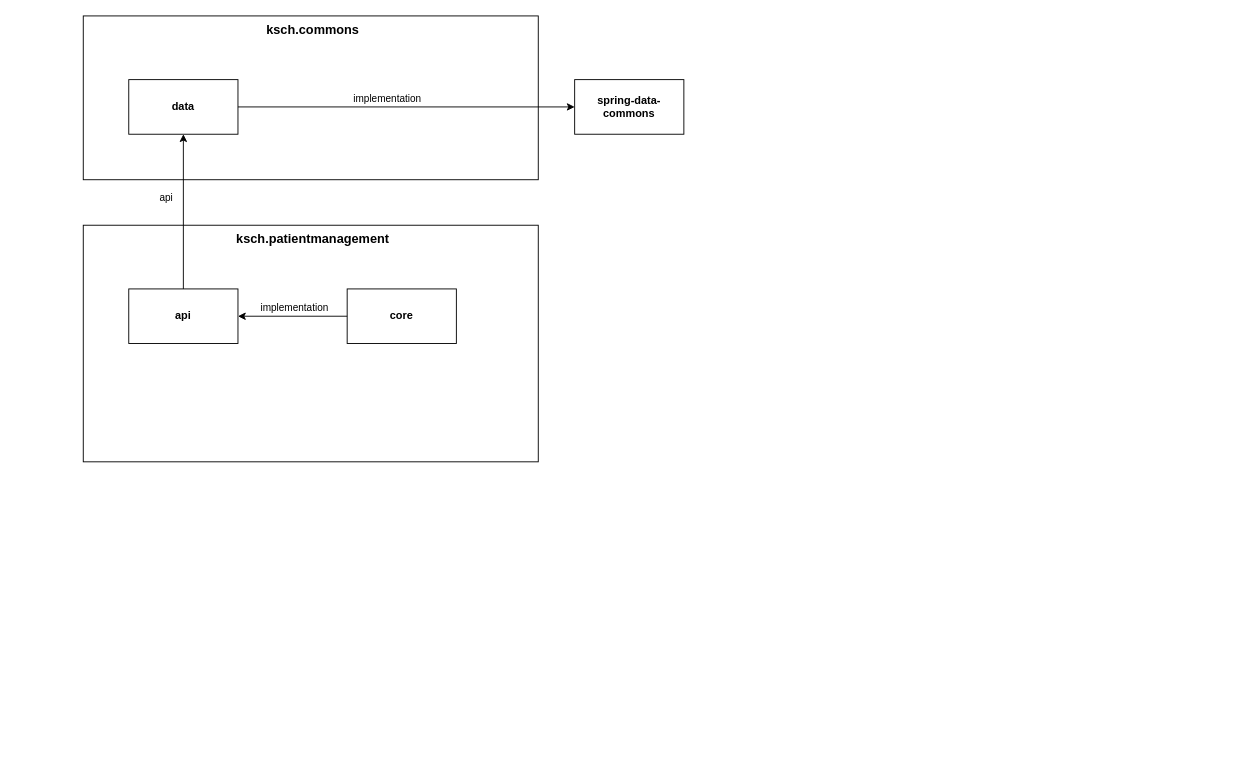
Earlier version of the draw.io diagram commons/data/doc/overview.drawio (ksch-workflows/backend). Source tidied: cells renumbered, new cells numbered last; positions are measured from the earlier drawing's top-left corner, leaving out a move shared by most shapes. Both pictures are drawn from the tidied source at 91%, with x=0, y=0 at pixel (83, 15).
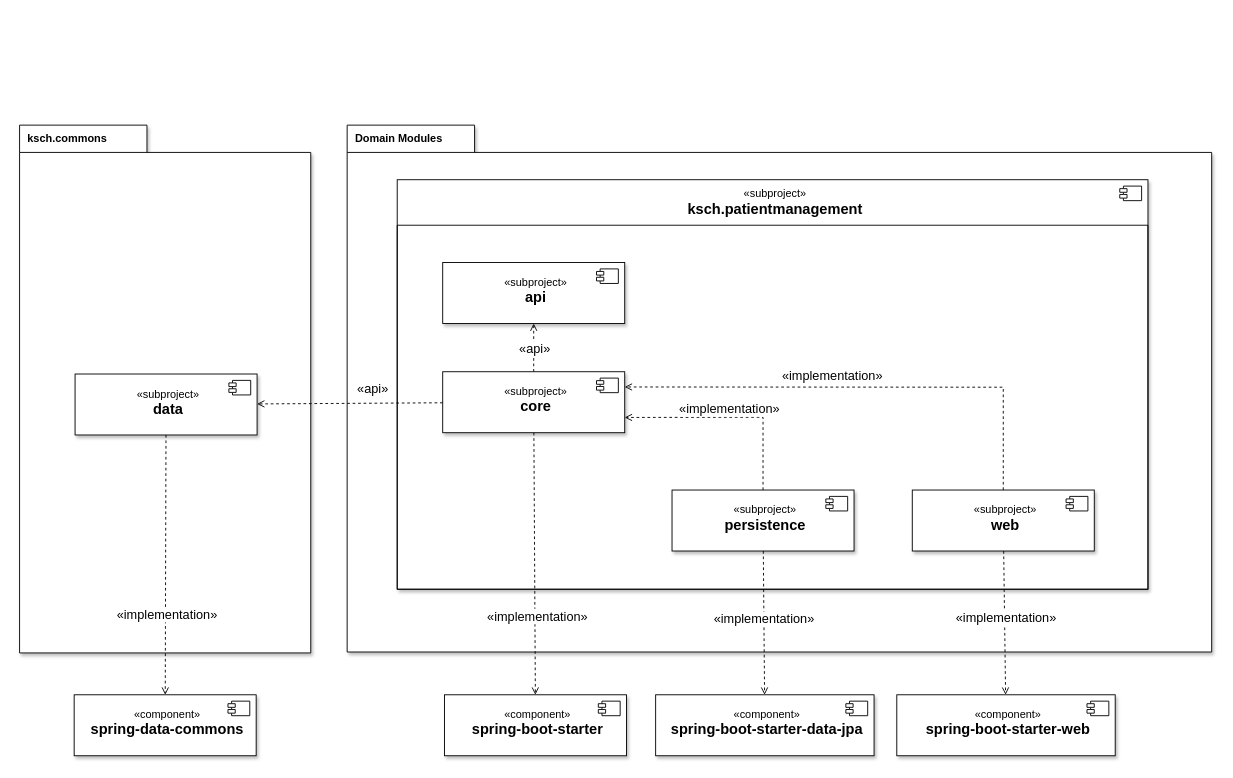
The same diagram, later.

The edit, as a diff of the source:
```diff
@@
-    <mxCell id="2" style="fontStyle=1;align=right;verticalAlign=top;horizontal=1;strokeColor=#000000;strokeWidth=1;fontSize=12;fillColor=default;shadow=0;" parent="1" vertex="1">
-      <mxGeometry y="230" width="500" height="260" as="geometry" />
-    </mxCell>
-    <mxCell id="3" value="ksch.patientmanagement" style="html=1;align=center;spacingLeft=4;verticalAlign=middle;strokeColor=none;fillColor=none;fontStyle=1;strokeWidth=1;fontSize=14;" parent="2" vertex="1">
-      <mxGeometry width="500" height="30" as="geometry" />
-    </mxCell>
-    <mxCell id="4" style="shape=component;jettyWidth=8;jettyHeight=4;fontSize=14;fillColor=default;strokeColor=none;strokeWidth=1;" parent="3" vertex="1">
-      <mxGeometry x="1" width="5" relative="1" as="geometry">
-        <mxPoint x="-7" y="7" as="offset" />
-      </mxGeometry>
-    </mxCell>
-    <mxCell id="5" style="swimlane;swimlaneBody=1;swimlaneHead=1;horizontal=1;swimlaneLine=0;fontStyle=0;strokeColor=none;strokeWidth=1;fontSize=12;fillColor=none;" parent="2" vertex="1">
-      <mxGeometry y="30" width="500" height="230" as="geometry" />
-    </mxCell>
-    <mxCell id="6" value="api" style="rounded=0;whiteSpace=wrap;html=1;fontStyle=1;" parent="5" vertex="1">
-      <mxGeometry x="50" y="40" width="120" height="60" as="geometry" />
-    </mxCell>
-    <mxCell id="7" value="core" style="rounded=0;whiteSpace=wrap;html=1;fontStyle=1;" parent="5" vertex="1">
-      <mxGeometry x="290" y="40" width="120" height="60" as="geometry" />
-    </mxCell>
-    <mxCell id="8" style="endArrow=classic;html=1;rounded=0;" parent="5" edge="1" source="7" target="6">
-      <mxGeometry relative="1" as="geometry" />
-    </mxCell>
-    <mxCell id="9" value="implementation" style="edgeLabel;html=1;align=center;verticalAlign=middle;" parent="8" vertex="1">
-      <mxGeometry x="-0.26" y="-2" relative="1" as="geometry">
-        <mxPoint x="-15" y="-8" as="offset" />
-      </mxGeometry>
-    </mxCell>
-    <mxCell id="10" style="fontStyle=1;align=right;verticalAlign=top;horizontal=1;strokeColor=#000000;strokeWidth=1;fontSize=12;fillColor=default;shadow=0;" parent="1" vertex="1">
-      <mxGeometry width="500" height="180" as="geometry" />
-    </mxCell>
-    <mxCell id="11" value="ksch.commons" style="html=1;align=center;spacingLeft=4;verticalAlign=middle;strokeColor=none;fillColor=none;fontStyle=1;strokeWidth=1;fontSize=14;" parent="10" vertex="1">
-      <mxGeometry width="500" height="30" as="geometry" />
+    <mxCell id="11" value="&lt;div&gt;ksch.commons&lt;/div&gt;" style="shape=folder;fontStyle=1;tabWidth=140;tabHeight=30;tabPosition=left;html=1;boundedLbl=1;labelInHeader=1;align=left;spacingTop=0;spacingLeft=7;shadow=1;" parent="1" vertex="1">
+      <mxGeometry x="-70" y="120" width="320" height="580" as="geometry" />
     </mxCell>
-    <mxCell id="12" style="shape=component;jettyWidth=8;jettyHeight=4;fontSize=14;fillColor=default;strokeColor=none;strokeWidth=1;" parent="11" vertex="1">
-      <mxGeometry x="1" width="5" relative="1" as="geometry">
-        <mxPoint x="-7" y="7" as="offset" />
-      </mxGeometry>
-    </mxCell>
-    <mxCell id="13" style="swimlane;swimlaneBody=1;swimlaneHead=1;horizontal=1;swimlaneLine=0;fontStyle=0;strokeColor=none;strokeWidth=1;fontSize=12;fillColor=none;" parent="10" vertex="1">
-      <mxGeometry y="30" width="500" height="150" as="geometry" />
-    </mxCell>
-    <mxCell id="14" value="data" style="rounded=0;whiteSpace=wrap;html=1;fontStyle=1;" parent="13" vertex="1">
-      <mxGeometry x="50" y="40" width="120" height="60" as="geometry" />
-    </mxCell>
-    <mxCell id="15" value="spring-data-commons" style="rounded=0;whiteSpace=wrap;html=1;fontStyle=1;" parent="1" vertex="1">
-      <mxGeometry x="540" y="70" width="120" height="60" as="geometry" />
-    </mxCell>
-    <mxCell id="16" style="endArrow=classic;html=1;rounded=0;" parent="1" edge="1" source="14" target="15">
-      <mxGeometry relative="1" as="geometry" />
-    </mxCell>
-    <mxCell id="17" value="implementation" style="edgeLabel;html=1;align=center;verticalAlign=middle;" parent="16" vertex="1">
-      <mxGeometry x="-0.23" relative="1" as="geometry">
-        <mxPoint x="21" y="-10" as="offset" />
-      </mxGeometry>
-    </mxCell>
-    <mxCell id="18" style="endArrow=classic;html=1;rounded=0;" parent="1" edge="1" source="6" target="14">
-      <mxGeometry relative="1" as="geometry" />
-    </mxCell>
-    <mxCell id="19" value="api" style="edgeLabel;html=1;align=center;verticalAlign=middle;" parent="18" vertex="1">
-      <mxGeometry x="0.19" y="2" relative="1" as="geometry">
-        <mxPoint x="-18" as="offset" />
-      </mxGeometry>
-    </mxCell>
+    <mxCell id="20" style="html=1;strokeColor=none;fillColor=none;fontStyle=1;fontSize=14;" parent="11" vertex="1">
+      <mxGeometry width="530" relative="1" as="geometry">
+        <mxPoint y="40" as="offset" />
+      </mxGeometry>
+    </mxCell>
+    <mxCell id="21" style="fontStyle=1;align=right;verticalAlign=top;horizontal=1;strokeColor=#000000;strokeWidth=1;fontSize=12;fillColor=default;spacingBottom=0;spacingTop=0;shadow=1;" parent="11" vertex="1">
+      <mxGeometry x="61" y="273.5" width="200" height="67" as="geometry" />
+    </mxCell>
+    <mxCell id="22" value="&lt;span style=&quot;font-weight: normal;&quot;&gt;«subproject»&lt;/span&gt;&lt;br&gt;&lt;font style=&quot;font-size: 16px;&quot;&gt;data&lt;/font&gt;" style="html=1;align=center;spacingLeft=4;verticalAlign=top;strokeColor=none;fillColor=none;fontStyle=1;strokeWidth=1;fontSize=12;spacingTop=8;" parent="21" vertex="1">
+      <mxGeometry width="200" height="67" as="geometry" />
+    </mxCell>
+    <mxCell id="23" style="shape=component;jettyWidth=8;jettyHeight=4;fontSize=12;fillColor=default;strokeColor=default;strokeWidth=1;" parent="22" vertex="1">
+      <mxGeometry x="1" width="24" height="16" relative="1" as="geometry">
+        <mxPoint x="-31" y="7" as="offset" />
+      </mxGeometry>
+    </mxCell>
+    <mxCell id="24" value="&lt;div&gt;Domain Modules&lt;/div&gt;" style="shape=folder;fontStyle=1;tabWidth=140;tabHeight=30;tabPosition=left;html=1;boundedLbl=1;labelInHeader=1;align=left;spacingTop=0;spacingLeft=7;shadow=1;" parent="1" vertex="1">
+      <mxGeometry x="290" y="120" width="950" height="579" as="geometry" />
+    </mxCell>
+    <mxCell id="25" style="html=1;strokeColor=none;fillColor=none;fontStyle=1;fontSize=14;" parent="24" vertex="1">
+      <mxGeometry width="530" relative="1" as="geometry">
+        <mxPoint y="40" as="offset" />
+      </mxGeometry>
+    </mxCell>
+    <mxCell id="26" style="fontStyle=1;align=right;verticalAlign=top;horizontal=1;strokeColor=#000000;strokeWidth=1;fontSize=12;fillColor=default;shadow=1;" parent="24" vertex="1">
+      <mxGeometry x="55" y="60" width="825" height="450" as="geometry" />
+    </mxCell>
+    <mxCell id="27" value="&lt;span style=&quot;font-weight: normal;&quot;&gt;«subproject»&lt;/span&gt;&lt;br&gt;&lt;font style=&quot;font-size: 16px;&quot;&gt;ksch.patientmanagement&lt;/font&gt;" style="html=1;align=center;spacingLeft=4;verticalAlign=middle;strokeColor=none;fillColor=none;fontStyle=1;strokeWidth=1;fontSize=12;" parent="26" vertex="1">
+      <mxGeometry width="825" height="50" as="geometry" />
+    </mxCell>
+    <mxCell id="28" style="shape=component;jettyWidth=8;jettyHeight=4;fontSize=12;fillColor=default;strokeColor=default;strokeWidth=1;" parent="27" vertex="1">
+      <mxGeometry x="1" width="24" height="16" relative="1" as="geometry">
+        <mxPoint x="-31" y="7" as="offset" />
+      </mxGeometry>
+    </mxCell>
+    <mxCell id="29" style="swimlane;swimlaneBody=1;swimlaneHead=1;horizontal=1;swimlaneLine=0;fontStyle=0;strokeColor=#000000;strokeWidth=1;fontSize=12;fillColor=none;" parent="26" vertex="1">
+      <mxGeometry y="50" width="825" height="400" as="geometry" />
+    </mxCell>
+    <mxCell id="30" style="endArrow=open;html=1;rounded=0;dashed=1;jumpStyle=line;jumpSize=5;endFill=0;fontSize=14;" parent="29" edge="1" source="38" target="35">
+      <mxGeometry relative="1" as="geometry" />
+    </mxCell>
+    <mxCell id="31" value="«api»" style="edgeLabel;html=1;align=center;verticalAlign=middle;fontSize=14;" parent="30" vertex="1">
+      <mxGeometry x="0.1" y="-1" relative="1" as="geometry">
+        <mxPoint x="-1" y="3" as="offset" />
+      </mxGeometry>
+    </mxCell>
+    <mxCell id="32" style="endArrow=open;html=1;rounded=0;dashed=1;jumpStyle=line;jumpSize=5;endFill=0;fontSize=14;entryX=1;entryY=0.25;entryDx=0;entryDy=0;" parent="29" edge="1" source="46" target="38">
+      <mxGeometry relative="1" as="geometry">
+        <Array as="points">
+          <mxPoint x="666" y="178" />
+        </Array>
+      </mxGeometry>
+    </mxCell>
+    <mxCell id="33" value="«implementation»" style="edgeLabel;html=1;align=center;verticalAlign=middle;fontSize=14;" parent="32" vertex="1">
+      <mxGeometry x="0.1" y="-1" relative="1" as="geometry">
+        <mxPoint x="-11" y="-11" as="offset" />
+      </mxGeometry>
+    </mxCell>
+    <mxCell id="34" style="fontStyle=1;align=right;verticalAlign=top;horizontal=1;strokeColor=#000000;strokeWidth=1;fontSize=12;fillColor=default;spacingBottom=0;spacingTop=0;shadow=1;" parent="29" vertex="1">
+      <mxGeometry x="50" y="41" width="200" height="67" as="geometry" />
+    </mxCell>
+    <mxCell id="35" value="&lt;span style=&quot;font-weight: normal;&quot;&gt;«subproject»&lt;/span&gt;&lt;br&gt;&lt;font style=&quot;font-size: 16px;&quot;&gt;api&lt;/font&gt;" style="html=1;align=center;spacingLeft=4;verticalAlign=top;strokeColor=none;fillColor=none;fontStyle=1;strokeWidth=1;fontSize=12;spacingTop=8;" parent="34" vertex="1">
+      <mxGeometry width="200" height="67" as="geometry" />
+    </mxCell>
+    <mxCell id="36" style="shape=component;jettyWidth=8;jettyHeight=4;fontSize=12;fillColor=default;strokeColor=default;strokeWidth=1;" parent="35" vertex="1">
+      <mxGeometry x="1" width="24" height="16" relative="1" as="geometry">
+        <mxPoint x="-31" y="7" as="offset" />
+      </mxGeometry>
+    </mxCell>
+    <mxCell id="37" style="fontStyle=1;align=right;verticalAlign=top;horizontal=1;strokeColor=#000000;strokeWidth=1;fontSize=12;fillColor=default;spacingBottom=0;spacingTop=0;shadow=1;" parent="29" vertex="1">
+      <mxGeometry x="50" y="161" width="200" height="67" as="geometry" />
+    </mxCell>
+    <mxCell id="38" value="&lt;span style=&quot;font-weight: normal;&quot;&gt;«subproject»&lt;/span&gt;&lt;br&gt;&lt;font style=&quot;font-size: 16px;&quot;&gt;core&lt;/font&gt;" style="html=1;align=center;spacingLeft=4;verticalAlign=top;strokeColor=none;fillColor=none;fontStyle=1;strokeWidth=1;fontSize=12;spacingTop=8;" parent="37" vertex="1">
+      <mxGeometry width="200" height="67" as="geometry" />
+    </mxCell>
+    <mxCell id="39" style="shape=component;jettyWidth=8;jettyHeight=4;fontSize=12;fillColor=default;strokeColor=default;strokeWidth=1;" parent="38" vertex="1">
+      <mxGeometry x="1" width="24" height="16" relative="1" as="geometry">
+        <mxPoint x="-31" y="7" as="offset" />
+      </mxGeometry>
+    </mxCell>
+    <mxCell id="40" style="endArrow=open;html=1;rounded=0;dashed=1;jumpStyle=line;jumpSize=5;endFill=0;fontSize=14;entryX=1;entryY=0.75;entryDx=0;entryDy=0;" parent="29" edge="1" source="43" target="38">
+      <mxGeometry relative="1" as="geometry">
+        <Array as="points">
+          <mxPoint x="402" y="211" />
+        </Array>
+      </mxGeometry>
+    </mxCell>
+    <mxCell id="41" value="«implementation»" style="edgeLabel;html=1;align=center;verticalAlign=middle;fontSize=14;" parent="40" vertex="1">
+      <mxGeometry x="0.1" y="-1" relative="1" as="geometry">
+        <mxPoint x="11" y="-9" as="offset" />
+      </mxGeometry>
+    </mxCell>
+    <mxCell id="42" style="fontStyle=1;align=right;verticalAlign=top;horizontal=1;strokeColor=#000000;strokeWidth=1;fontSize=12;fillColor=default;spacingBottom=0;spacingTop=0;shadow=1;" parent="29" vertex="1">
+      <mxGeometry x="302" y="291" width="200" height="67" as="geometry" />
+    </mxCell>
+    <mxCell id="43" value="&lt;span style=&quot;font-weight: normal;&quot;&gt;«subproject»&lt;/span&gt;&lt;br&gt;&lt;font style=&quot;font-size: 16px;&quot;&gt;persistence&lt;/font&gt;" style="html=1;align=center;spacingLeft=4;verticalAlign=top;strokeColor=none;fillColor=none;fontStyle=1;strokeWidth=1;fontSize=12;spacingTop=8;" parent="42" vertex="1">
+      <mxGeometry width="200" height="67" as="geometry" />
+    </mxCell>
+    <mxCell id="44" style="shape=component;jettyWidth=8;jettyHeight=4;fontSize=12;fillColor=default;strokeColor=default;strokeWidth=1;" parent="43" vertex="1">
+      <mxGeometry x="1" width="24" height="16" relative="1" as="geometry">
+        <mxPoint x="-31" y="7" as="offset" />
+      </mxGeometry>
+    </mxCell>
+    <mxCell id="45" style="fontStyle=1;align=right;verticalAlign=top;horizontal=1;strokeColor=#000000;strokeWidth=1;fontSize=12;fillColor=default;spacingBottom=0;spacingTop=0;shadow=1;" parent="29" vertex="1">
+      <mxGeometry x="566" y="291" width="200" height="67" as="geometry" />
+    </mxCell>
+    <mxCell id="46" value="&lt;span style=&quot;font-weight: normal;&quot;&gt;«subproject»&lt;/span&gt;&lt;br&gt;&lt;font style=&quot;font-size: 16px;&quot;&gt;web&lt;/font&gt;" style="html=1;align=center;spacingLeft=4;verticalAlign=top;strokeColor=none;fillColor=none;fontStyle=1;strokeWidth=1;fontSize=12;spacingTop=8;" parent="45" vertex="1">
+      <mxGeometry width="200" height="67" as="geometry" />
+    </mxCell>
+    <mxCell id="47" style="shape=component;jettyWidth=8;jettyHeight=4;fontSize=12;fillColor=default;strokeColor=default;strokeWidth=1;" parent="46" vertex="1">
+      <mxGeometry x="1" width="24" height="16" relative="1" as="geometry">
+        <mxPoint x="-31" y="7" as="offset" />
+      </mxGeometry>
+    </mxCell>
+    <mxCell id="48" style="endArrow=open;html=1;rounded=0;dashed=1;jumpStyle=line;jumpSize=5;endFill=0;fontSize=14;" parent="1" edge="1" source="38" target="22">
+      <mxGeometry relative="1" as="geometry" />
+    </mxCell>
+    <mxCell id="49" value="«api»" style="edgeLabel;html=1;align=center;verticalAlign=middle;fontSize=14;" parent="48" vertex="1">
+      <mxGeometry x="0.1" y="-1" relative="1" as="geometry">
+        <mxPoint x="35" y="-15" as="offset" />
+      </mxGeometry>
+    </mxCell>
+    <mxCell id="50" style="endArrow=open;html=1;rounded=0;dashed=1;jumpStyle=line;jumpSize=5;endFill=0;fontSize=14;" parent="1" edge="1" source="22" target="53">
+      <mxGeometry relative="1" as="geometry" />
+    </mxCell>
+    <mxCell id="51" value="«implementation»" style="edgeLabel;html=1;align=center;verticalAlign=middle;fontSize=14;" parent="50" vertex="1">
+      <mxGeometry x="0.1" y="-1" relative="1" as="geometry">
+        <mxPoint x="2" y="40" as="offset" />
+      </mxGeometry>
+    </mxCell>
+    <mxCell id="52" style="fontStyle=1;align=right;verticalAlign=top;horizontal=1;strokeColor=#000000;strokeWidth=1;fontSize=12;fillColor=default;spacingBottom=0;spacingTop=0;shadow=1;" parent="1" vertex="1">
+      <mxGeometry x="-10" y="746" width="200" height="67" as="geometry" />
+    </mxCell>
+    <mxCell id="53" value="&lt;span style=&quot;font-weight: normal;&quot;&gt;«component»&lt;/span&gt;&lt;br&gt;&lt;font style=&quot;font-size: 16px;&quot;&gt;spring-data-commons&lt;/font&gt;" style="html=1;align=center;spacingLeft=4;verticalAlign=top;strokeColor=none;fillColor=none;fontStyle=1;strokeWidth=1;fontSize=12;spacingTop=8;" parent="52" vertex="1">
+      <mxGeometry width="200" height="67" as="geometry" />
+    </mxCell>
+    <mxCell id="54" style="shape=component;jettyWidth=8;jettyHeight=4;fontSize=12;fillColor=default;strokeColor=default;strokeWidth=1;" parent="53" vertex="1">
+      <mxGeometry x="1" width="24" height="16" relative="1" as="geometry">
+        <mxPoint x="-31" y="7" as="offset" />
+      </mxGeometry>
+    </mxCell>
+    <mxCell id="55" style="fontStyle=1;align=right;verticalAlign=top;horizontal=1;strokeColor=#000000;strokeWidth=1;fontSize=12;fillColor=default;spacingBottom=0;spacingTop=0;shadow=1;" parent="1" vertex="1">
+      <mxGeometry x="397" y="746" width="200" height="67" as="geometry" />
+    </mxCell>
+    <mxCell id="56" value="&lt;span style=&quot;font-weight: normal;&quot;&gt;«component»&lt;/span&gt;&lt;br&gt;&lt;font style=&quot;font-size: 16px;&quot;&gt;spring-boot-starter&lt;/font&gt;" style="html=1;align=center;spacingLeft=4;verticalAlign=top;strokeColor=none;fillColor=none;fontStyle=1;strokeWidth=1;fontSize=12;spacingTop=8;" parent="55" vertex="1">
+      <mxGeometry width="200" height="67" as="geometry" />
+    </mxCell>
+    <mxCell id="57" style="shape=component;jettyWidth=8;jettyHeight=4;fontSize=12;fillColor=default;strokeColor=default;strokeWidth=1;" parent="56" vertex="1">
+      <mxGeometry x="1" width="24" height="16" relative="1" as="geometry">
+        <mxPoint x="-31" y="7" as="offset" />
+      </mxGeometry>
+    </mxCell>
+    <mxCell id="58" style="endArrow=open;html=1;rounded=0;dashed=1;jumpStyle=line;jumpSize=5;endFill=0;fontSize=14;" parent="1" edge="1" source="38" target="56">
+      <mxGeometry relative="1" as="geometry" />
+    </mxCell>
+    <mxCell id="59" value="«implementation»" style="edgeLabel;html=1;align=center;verticalAlign=middle;fontSize=14;" parent="58" vertex="1">
+      <mxGeometry x="0.1" y="-1" relative="1" as="geometry">
+        <mxPoint x="3" y="43" as="offset" />
+      </mxGeometry>
+    </mxCell>
+    <mxCell id="60" style="fontStyle=1;align=right;verticalAlign=top;horizontal=1;strokeColor=#000000;strokeWidth=1;fontSize=12;fillColor=default;spacingBottom=0;spacingTop=0;shadow=1;" parent="1" vertex="1">
+      <mxGeometry x="629" y="746" width="240" height="67" as="geometry" />
+    </mxCell>
+    <mxCell id="61" value="&lt;span style=&quot;font-weight: normal;&quot;&gt;«component»&lt;/span&gt;&lt;br&gt;&lt;font style=&quot;font-size: 16px;&quot;&gt;spring-boot-starter-data-jpa&lt;/font&gt;" style="html=1;align=center;spacingLeft=4;verticalAlign=top;strokeColor=none;fillColor=none;fontStyle=1;strokeWidth=1;fontSize=12;spacingTop=8;" parent="60" vertex="1">
+      <mxGeometry width="240" height="67" as="geometry" />
+    </mxCell>
+    <mxCell id="62" style="shape=component;jettyWidth=8;jettyHeight=4;fontSize=12;fillColor=default;strokeColor=default;strokeWidth=1;" parent="61" vertex="1">
+      <mxGeometry x="1" width="24" height="16" relative="1" as="geometry">
+        <mxPoint x="-31" y="7" as="offset" />
+      </mxGeometry>
+    </mxCell>
+    <mxCell id="63" style="endArrow=open;html=1;rounded=0;dashed=1;jumpStyle=line;jumpSize=5;endFill=0;fontSize=14;" parent="1" edge="1" source="43" target="61">
+      <mxGeometry relative="1" as="geometry" />
+    </mxCell>
+    <mxCell id="64" value="«implementation»" style="edgeLabel;html=1;align=center;verticalAlign=middle;fontSize=14;" parent="63" vertex="1">
+      <mxGeometry x="0.1" y="-1" relative="1" as="geometry">
+        <mxPoint y="-13" as="offset" />
+      </mxGeometry>
+    </mxCell>
+    <mxCell id="65" style="fontStyle=1;align=right;verticalAlign=top;horizontal=1;strokeColor=#000000;strokeWidth=1;fontSize=12;fillColor=default;spacingBottom=0;spacingTop=0;shadow=1;" parent="1" vertex="1">
+      <mxGeometry x="894" y="746" width="240" height="67" as="geometry" />
+    </mxCell>
+    <mxCell id="66" value="&lt;span style=&quot;font-weight: normal;&quot;&gt;«component»&lt;/span&gt;&lt;br&gt;&lt;font style=&quot;font-size: 16px;&quot;&gt;spring-boot-starter-web&lt;/font&gt;" style="html=1;align=center;spacingLeft=4;verticalAlign=top;strokeColor=none;fillColor=none;fontStyle=1;strokeWidth=1;fontSize=12;spacingTop=8;" parent="65" vertex="1">
+      <mxGeometry width="240" height="67" as="geometry" />
+    </mxCell>
+    <mxCell id="67" style="shape=component;jettyWidth=8;jettyHeight=4;fontSize=12;fillColor=default;strokeColor=default;strokeWidth=1;" parent="66" vertex="1">
+      <mxGeometry x="1" width="24" height="16" relative="1" as="geometry">
+        <mxPoint x="-31" y="7" as="offset" />
+      </mxGeometry>
+    </mxCell>
+    <mxCell id="68" style="endArrow=open;html=1;rounded=0;dashed=1;jumpStyle=line;jumpSize=5;endFill=0;fontSize=14;" parent="1" edge="1" source="46" target="66">
+      <mxGeometry relative="1" as="geometry" />
+    </mxCell>
+    <mxCell id="69" value="«implementation»" style="edgeLabel;html=1;align=center;verticalAlign=middle;fontSize=14;" parent="68" vertex="1">
+      <mxGeometry x="0.1" y="-1" relative="1" as="geometry">
+        <mxPoint x="2" y="-15" as="offset" />
+      </mxGeometry>
+    </mxCell>
```
